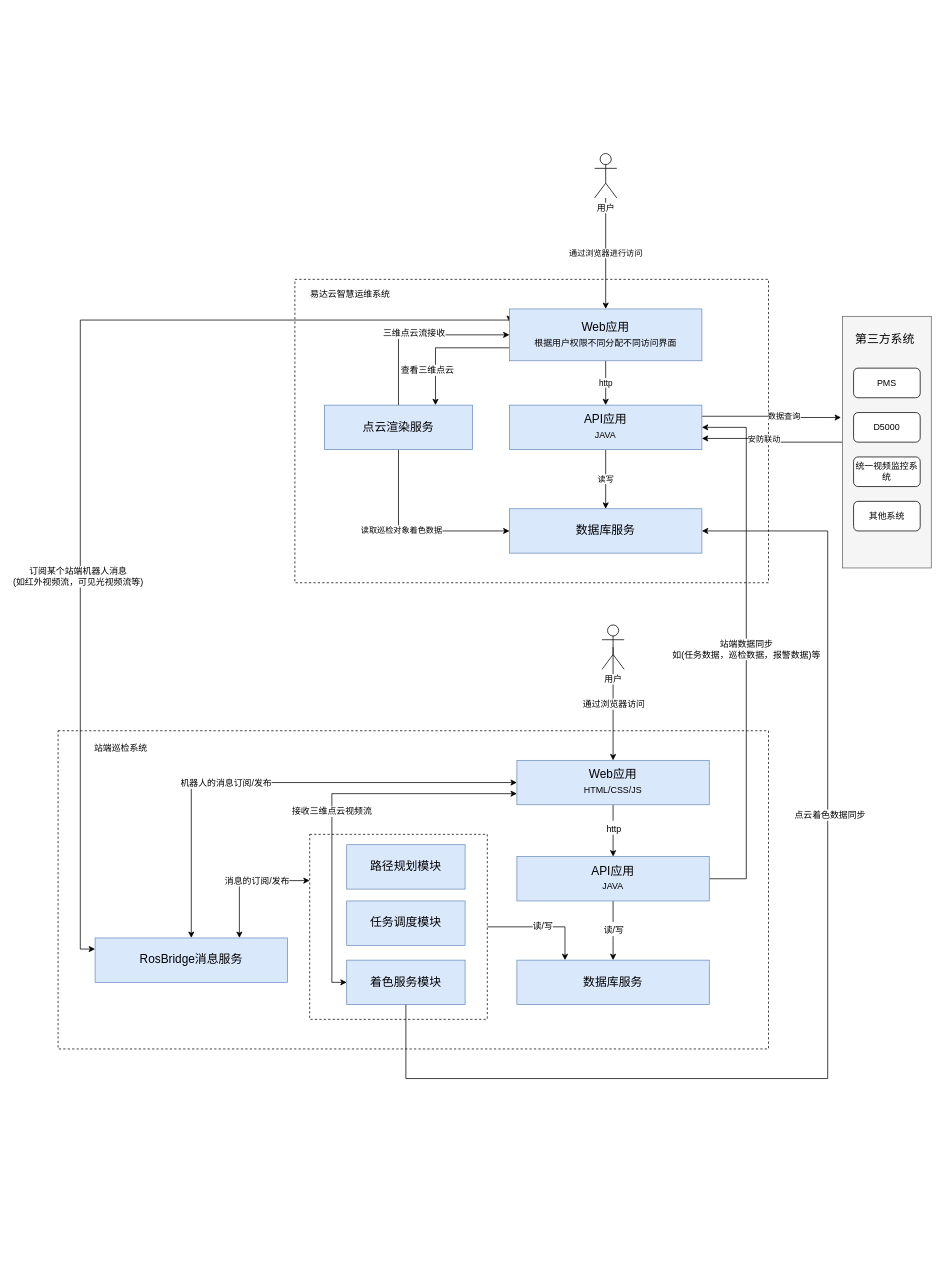
The draw.io diagram 易达云智慧运维系统分解图.drawio in wangyufei0807/draw, before the edit. Source tidied: cells renumbered, new cells numbered last; positions are measured from the earlier drawing's top-left corner, leaving out a move shared by most shapes. Both pictures are drawn from the tidied source at 74%, with x=0, y=0 at pixel (58, 153). Pictures stored in the file or linked from it are replaced by grey dashed boxes.
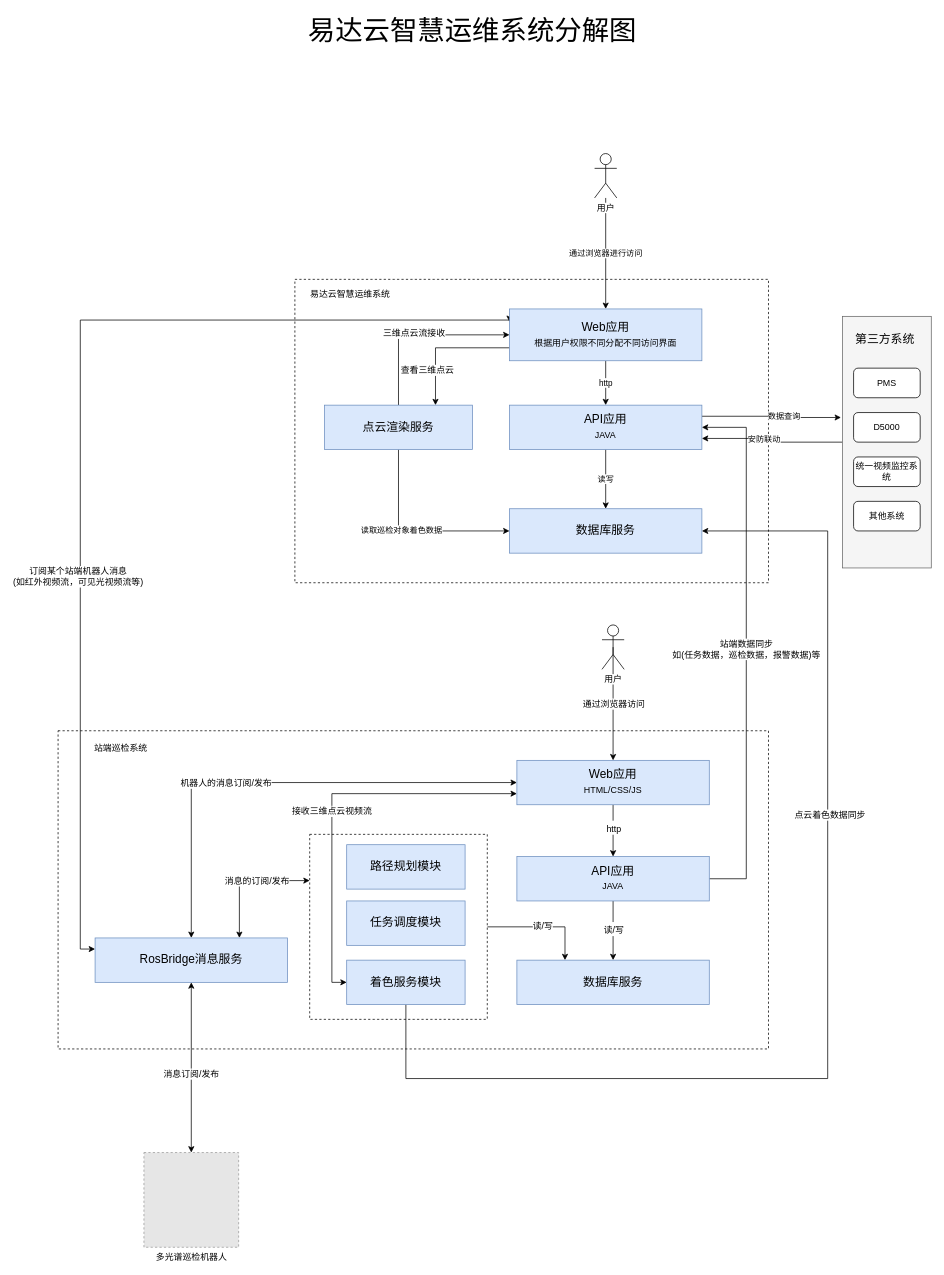
After the change.

Commit message (it also covers changes not shown here):
更新易达云智慧运维系统分解图.drawio

Unchanged cells that the change refers to:
```xml
<mxCell id="48" value="&lt;p style=&quot;line-height: 160%&quot;&gt;&lt;span style=&quot;font-size: 16px&quot;&gt;RosBridge消息服务&lt;/span&gt;&lt;/p&gt;" style="rounded=0;whiteSpace=wrap;html=1;shadow=0;fillColor=#dae8fc;strokeColor=#6c8ebf;" parent="1" vertex="1">
  <mxGeometry x="50" y="1060" width="260" height="60" as="geometry" />
</mxCell>
```

Change to the diagram source:
```diff
@@
+    <mxCell id="56" style="edgeStyle=orthogonalEdgeStyle;rounded=0;jettySize=auto;html=1;exitX=0.5;exitY=1;exitDx=0;exitDy=0;entryX=0.5;entryY=0;entryDx=0;entryDy=0;startArrow=classic;startFill=1;endArrow=classic;endFill=1;fontSize=12;" parent="1" edge="1" source="48" target="58">
+      <mxGeometry relative="1" as="geometry" />
+    </mxCell>
+    <mxCell id="57" value="消息订阅/发布" style="edgeLabel;html=1;align=center;verticalAlign=middle;fontSize=12;" parent="56" vertex="1">
+      <mxGeometry x="0.07" y="-1" relative="1" as="geometry" />
+    </mxCell>
@@
+    <mxCell id="58" value="多光谱巡检机器人" style="fillColor=#E6E6E6;strokeColor=#999999;dashed=1;html=1;verticalAlign=top;verticalLabelPosition=bottom;labelBackgroundColor=#ffffff;fontSize=12;" parent="1" vertex="1">
+      <mxGeometry x="116" y="1350" width="128" height="128" as="geometry" />
+    </mxCell>
+    <mxCell id="59" value="易达云智慧运维系统分解图" style="text;html=1;strokeColor=none;fillColor=none;align=center;verticalAlign=middle;whiteSpace=wrap;rounded=0;shadow=0;dashed=1;fontSize=37;strokeWidth=36;" parent="1" vertex="1">
+      <mxGeometry x="210" y="-190" width="700" height="50" as="geometry" />
+    </mxCell>
```
